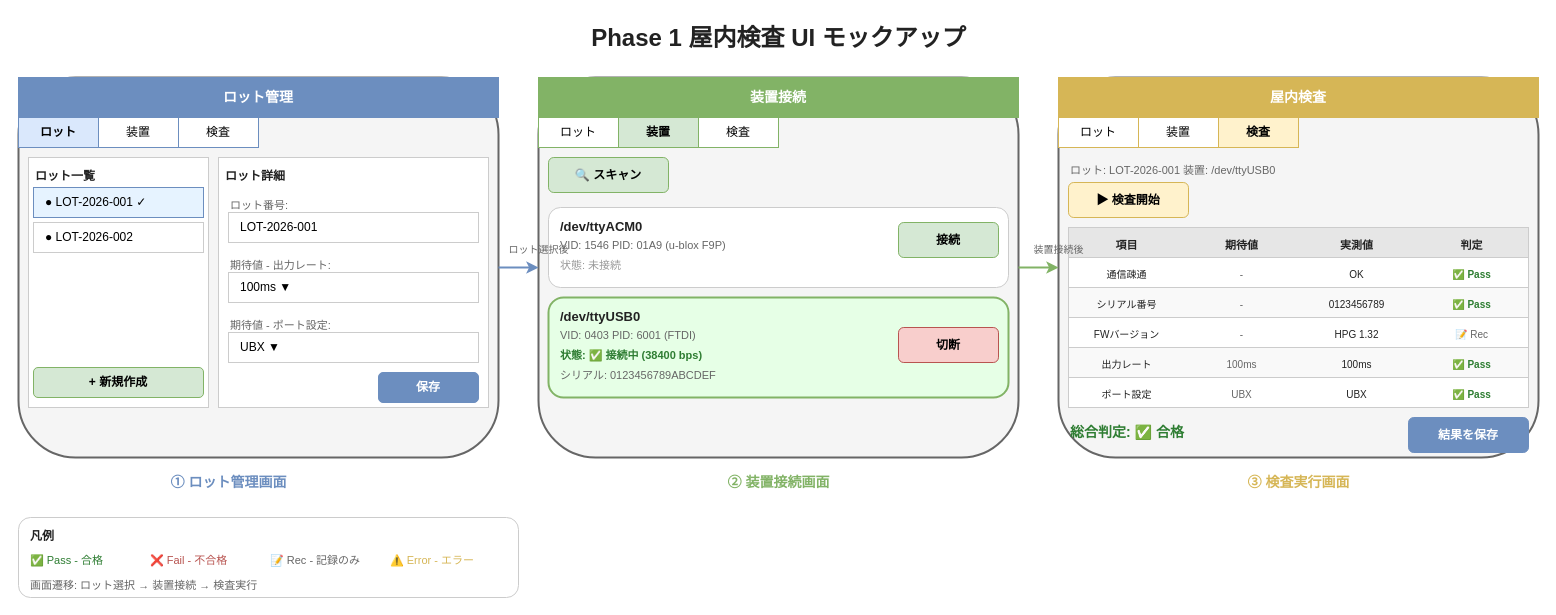
Above: sessions/session92/ui-mockup-phase1.drawio in nttedt-fujita/QA-FY26 (draw.io), before the change. Source tidied: cells renumbered, new cells numbered last; positions are measured from the earlier drawing's top-left corner, leaving out a move shared by most shapes. Both pictures are drawn from the tidied source at 100%, with x=0, y=0 at pixel (18, 17).
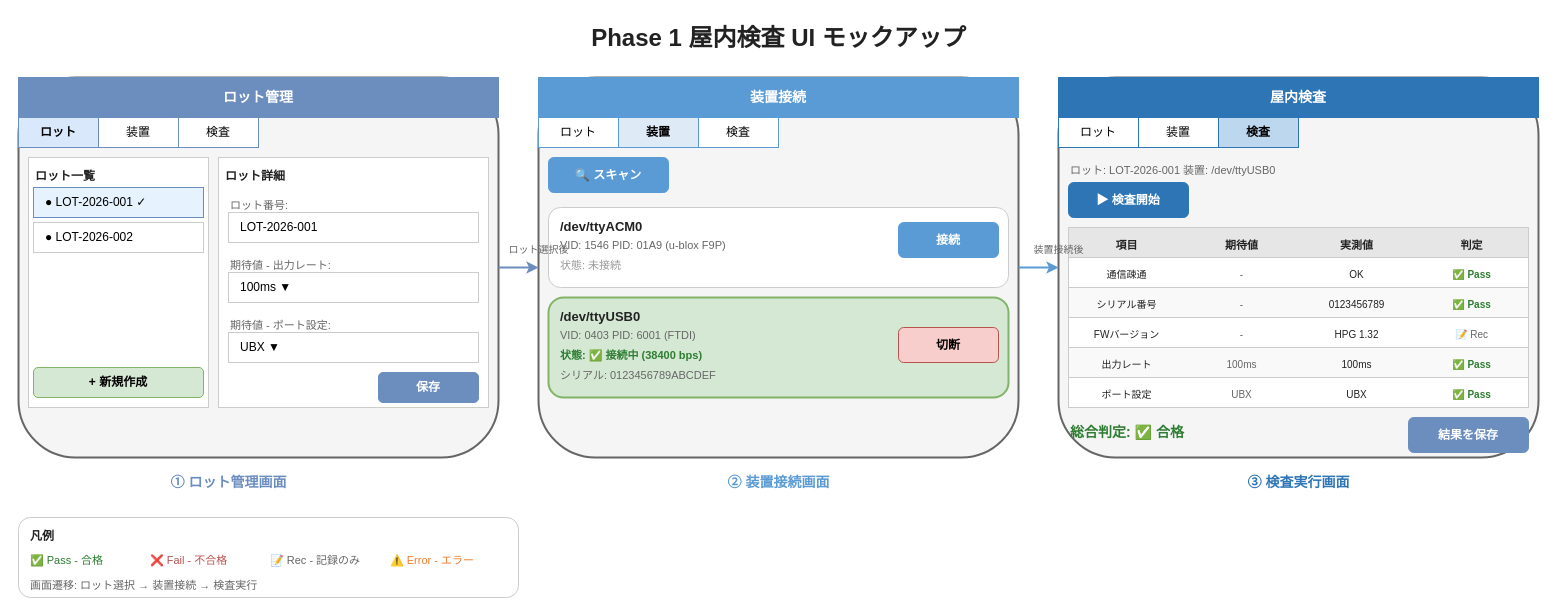
Above is the later version.

Unchanged cells that the change refers to:
```xml
<mxCell id="23" style="rounded=1;whiteSpace=wrap;html=1;fillColor=#f5f5f5;strokeColor=#666666;strokeWidth=2;" parent="1" vertex="1">
  <mxGeometry x="520" y="60" width="480" height="380" as="geometry" />
</mxCell>
<mxCell id="41" style="rounded=1;whiteSpace=wrap;html=1;fillColor=#f5f5f5;strokeColor=#666666;strokeWidth=2;" parent="1" vertex="1">
  <mxGeometry x="1040" y="60" width="480" height="380" as="geometry" />
</mxCell>
```

The edit, as a diff of the source:
```diff
@@
-    <mxCell id="24" value="装置接続" style="rounded=0;whiteSpace=wrap;html=1;fillColor=#82b366;strokeColor=#82b366;fontColor=#ffffff;fontStyle=1;fontSize=14;" parent="1" vertex="1">
+    <mxCell id="24" value="装置接続" style="rounded=0;whiteSpace=wrap;html=1;fillColor=#5b9bd5;strokeColor=#5b9bd5;fontColor=#ffffff;fontStyle=1;fontSize=14;" parent="1" vertex="1">
       <mxGeometry x="520" y="60" width="480" height="40" as="geometry" />
     </mxCell>
-    <mxCell id="25" value="ロット" style="rounded=0;whiteSpace=wrap;html=1;fillColor=#ffffff;strokeColor=#82b366;" parent="1" vertex="1">
+    <mxCell id="25" value="ロット" style="rounded=0;whiteSpace=wrap;html=1;fillColor=#ffffff;strokeColor=#5b9bd5;" parent="1" vertex="1">
       <mxGeometry x="520" y="100" width="80" height="30" as="geometry" />
     </mxCell>
-    <mxCell id="26" value="装置" style="rounded=0;whiteSpace=wrap;html=1;fillColor=#d5e8d4;strokeColor=#82b366;fontStyle=1;" parent="1" vertex="1">
+    <mxCell id="26" value="装置" style="rounded=0;whiteSpace=wrap;html=1;fillColor=#deebf7;strokeColor=#5b9bd5;fontStyle=1;" parent="1" vertex="1">
       <mxGeometry x="600" y="100" width="80" height="30" as="geometry" />
     </mxCell>
-    <mxCell id="27" value="検査" style="rounded=0;whiteSpace=wrap;html=1;fillColor=#ffffff;strokeColor=#82b366;" parent="1" vertex="1">
+    <mxCell id="27" value="検査" style="rounded=0;whiteSpace=wrap;html=1;fillColor=#ffffff;strokeColor=#5b9bd5;" parent="1" vertex="1">
       <mxGeometry x="680" y="100" width="80" height="30" as="geometry" />
     </mxCell>
-    <mxCell id="28" value="🔍 スキャン" style="rounded=1;whiteSpace=wrap;html=1;fillColor=#d5e8d4;strokeColor=#82b366;fontStyle=1;fontSize=12;" parent="1" vertex="1">
+    <mxCell id="28" value="🔍 スキャン" style="rounded=1;whiteSpace=wrap;html=1;fillColor=#5b9bd5;strokeColor=#5b9bd5;fontColor=#ffffff;fontStyle=1;fontSize=12;" parent="1" vertex="1">
       <mxGeometry x="530" y="140" width="120" height="35" as="geometry" />
     </mxCell>
@@
-    <mxCell id="33" value="接続" style="rounded=1;whiteSpace=wrap;html=1;fillColor=#d5e8d4;strokeColor=#82b366;fontStyle=1;" parent="1" vertex="1">
+    <mxCell id="33" value="接続" style="rounded=1;whiteSpace=wrap;html=1;fillColor=#5b9bd5;strokeColor=#5b9bd5;fontColor=#ffffff;fontStyle=1;" parent="1" vertex="1">
       <mxGeometry x="880" y="205" width="100" height="35" as="geometry" />
     </mxCell>
-    <mxCell id="34" style="rounded=1;whiteSpace=wrap;html=1;fillColor=#e6ffe6;strokeColor=#82b366;strokeWidth=2;" parent="1" vertex="1">
+    <mxCell id="34" style="rounded=1;whiteSpace=wrap;html=1;fillColor=#d5e8d4;strokeColor=#82b366;strokeWidth=2;" parent="1" vertex="1">
       <mxGeometry x="530" y="280" width="460" height="100" as="geometry" />
     </mxCell>
@@
-    <mxCell id="40" value="② 装置接続画面" style="text;html=1;fontSize=14;fontStyle=1;align=center;fillColor=none;strokeColor=none;fontColor=#82b366;" parent="1" vertex="1">
+    <mxCell id="40" value="② 装置接続画面" style="text;html=1;fontSize=14;fontStyle=1;align=center;fillColor=none;strokeColor=none;fontColor=#5b9bd5;" parent="1" vertex="1">
       <mxGeometry x="660" y="450" width="200" height="30" as="geometry" />
     </mxCell>
@@
-    <mxCell id="42" value="屋内検査" style="rounded=0;whiteSpace=wrap;html=1;fillColor=#d6b656;strokeColor=#d6b656;fontColor=#ffffff;fontStyle=1;fontSize=14;" parent="1" vertex="1">
+    <mxCell id="42" value="屋内検査" style="rounded=0;whiteSpace=wrap;html=1;fillColor=#2e75b6;strokeColor=#2e75b6;fontColor=#ffffff;fontStyle=1;fontSize=14;" parent="1" vertex="1">
       <mxGeometry x="1040" y="60" width="480" height="40" as="geometry" />
     </mxCell>
-    <mxCell id="43" value="ロット" style="rounded=0;whiteSpace=wrap;html=1;fillColor=#ffffff;strokeColor=#d6b656;" parent="1" vertex="1">
+    <mxCell id="43" value="ロット" style="rounded=0;whiteSpace=wrap;html=1;fillColor=#ffffff;strokeColor=#2e75b6;" parent="1" vertex="1">
       <mxGeometry x="1040" y="100" width="80" height="30" as="geometry" />
     </mxCell>
-    <mxCell id="44" value="装置" style="rounded=0;whiteSpace=wrap;html=1;fillColor=#ffffff;strokeColor=#d6b656;" parent="1" vertex="1">
+    <mxCell id="44" value="装置" style="rounded=0;whiteSpace=wrap;html=1;fillColor=#ffffff;strokeColor=#2e75b6;" parent="1" vertex="1">
       <mxGeometry x="1120" y="100" width="80" height="30" as="geometry" />
     </mxCell>
-    <mxCell id="45" value="検査" style="rounded=0;whiteSpace=wrap;html=1;fillColor=#fff2cc;strokeColor=#d6b656;fontStyle=1;" parent="1" vertex="1">
+    <mxCell id="45" value="検査" style="rounded=0;whiteSpace=wrap;html=1;fillColor=#bdd7ee;strokeColor=#2e75b6;fontStyle=1;" parent="1" vertex="1">
       <mxGeometry x="1200" y="100" width="80" height="30" as="geometry" />
     </mxCell>
@@
-    <mxCell id="47" value="▶ 検査開始" style="rounded=1;whiteSpace=wrap;html=1;fillColor=#fff2cc;strokeColor=#d6b656;fontStyle=1;fontSize=12;" parent="1" vertex="1">
+    <mxCell id="47" value="▶ 検査開始" style="rounded=1;whiteSpace=wrap;html=1;fillColor=#2e75b6;strokeColor=#2e75b6;fontColor=#ffffff;fontStyle=1;fontSize=12;" parent="1" vertex="1">
       <mxGeometry x="1050" y="165" width="120" height="35" as="geometry" />
     </mxCell>
@@
-    <mxCell id="80" value="③ 検査実行画面" style="text;html=1;fontSize=14;fontStyle=1;align=center;fillColor=none;strokeColor=none;fontColor=#d6b656;" parent="1" vertex="1">
+    <mxCell id="80" value="③ 検査実行画面" style="text;html=1;fontSize=14;fontStyle=1;align=center;fillColor=none;strokeColor=none;fontColor=#2e75b6;" parent="1" vertex="1">
       <mxGeometry x="1180" y="450" width="200" height="30" as="geometry" />
     </mxCell>
@@
-    <mxCell id="83" style="endArrow=classic;html=1;strokeWidth=2;strokeColor=#82b366;entryX=0;entryY=0.5;entryDx=0;entryDy=0;exitX=1;exitY=0.5;exitDx=0;exitDy=0;" parent="1" edge="1" source="23" target="41">
+    <mxCell id="83" style="endArrow=classic;html=1;strokeWidth=2;strokeColor=#5b9bd5;entryX=0;entryY=0.5;entryDx=0;entryDy=0;exitX=1;exitY=0.5;exitDx=0;exitDy=0;" parent="1" edge="1" source="23" target="41">
       <mxGeometry relative="1" as="geometry" />
     </mxCell>
@@
-    <mxCell id="90" value="⚠️ Error - エラー" style="text;html=1;fontSize=11;fillColor=none;strokeColor=none;fontColor=#d6b656;align=left;" parent="1" vertex="1">
+    <mxCell id="90" value="⚠️ Error - エラー" style="text;html=1;fontSize=11;fillColor=none;strokeColor=none;fontColor=#ed7d31;align=left;" parent="1" vertex="1">
       <mxGeometry x="370" y="530" width="120" height="20" as="geometry" />
     </mxCell>
```
